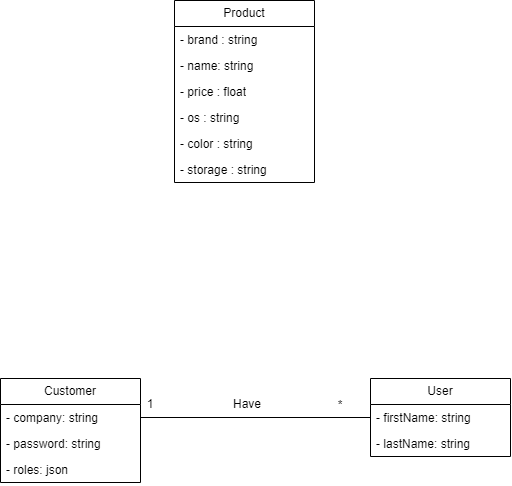
Above: diagrams/Class diagram.png in Jexinte/Bilemo-API (draw.io), before the change. Source tidied: cells renumbered, new cells last; positions are measured from the earlier drawing's top-left corner, leaving out a move shared by most shapes.
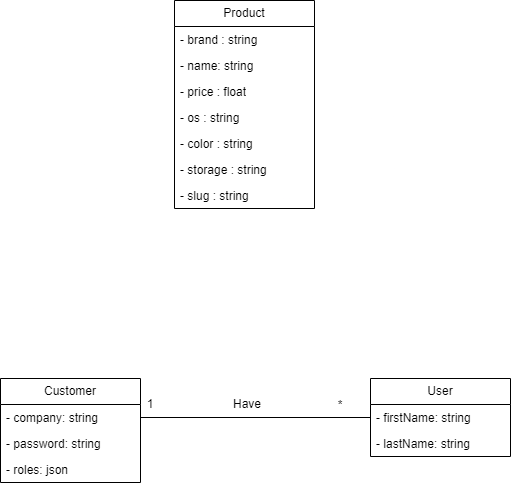
After the commit.

Commit message:
update class diagram

What changed in the source:
```diff
@@ -12,7 +12,7 @@
       <mxGeometry y="52" width="140" height="26" as="geometry" />
     </mxCell>
     <mxCell id="5" value="Product" style="swimlane;fontStyle=0;horizontal=1;startSize=26;fillColor=none;whiteSpace=wrap;html=1;" parent="1" vertex="1">
-      <mxGeometry x="174" width="140" height="182" as="geometry" />
+      <mxGeometry x="174" width="140" height="208" as="geometry" />
     </mxCell>
     <mxCell id="6" value="- brand : string" style="text;strokeColor=none;fillColor=none;align=left;verticalAlign=top;spacingLeft=4;spacingRight=4;overflow=hidden;whiteSpace=wrap;html=1;" parent="5" vertex="1">
       <mxGeometry y="26" width="140" height="26" as="geometry" />
@@ -32,6 +32,9 @@
     <mxCell id="11" value="- storage : string" style="text;strokeColor=none;fillColor=none;align=left;verticalAlign=top;spacingLeft=4;spacingRight=4;overflow=hidden;whiteSpace=wrap;html=1;" parent="5" vertex="1">
       <mxGeometry y="156" width="140" height="26" as="geometry" />
     </mxCell>
+    <mxCell id="20" value="- slug : string" style="text;strokeColor=none;fillColor=none;align=left;verticalAlign=top;spacingLeft=4;spacingRight=4;overflow=hidden;whiteSpace=wrap;html=1;" parent="5" vertex="1">
+      <mxGeometry y="182" width="140" height="26" as="geometry" />
+    </mxCell>
     <mxCell id="12" value="Customer" style="swimlane;fontStyle=0;horizontal=1;startSize=26;fillColor=none;whiteSpace=wrap;html=1;" parent="1" vertex="1">
       <mxGeometry y="378" width="140" height="104" as="geometry" />
     </mxCell>
```
